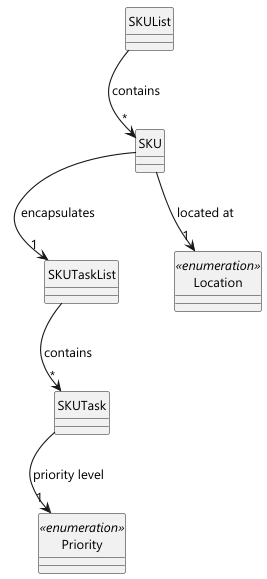
Earlier version of the PlantUML export docs/diagrams/component-sku/component-sku-diagram.png (heehaw1234/tp).
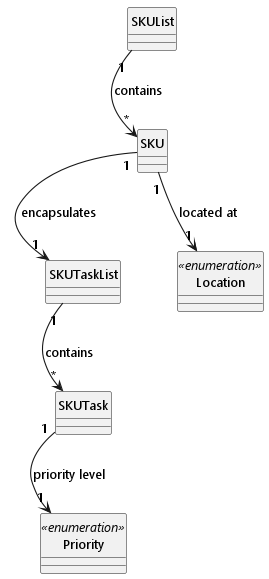
After the commit.

Diff of the diagram source:
```diff
@@ -16,14 +16,14 @@
 
 enum Priority <<enumeration>> {}
 
-SKUList --> "*" SKU : contains
+SKUList "1" --> "*" SKU : contains
 
-SKU --> "1" SKUTaskList : encapsulates
-SKU --> "1" Location : located at
+SKU "1" --> "1" SKUTaskList : encapsulates
+SKU "1" --> "1" Location : located at
 
-SKUTaskList --> "*" SKUTask : contains
+SKUTaskList "1" --> "*" SKUTask : contains
 
-SKUTask --> "1" Priority : priority level
+SKUTask "1" --> "1" Priority : priority level
 
 SKUList -[hidden]down- SKU
 SKU -[hidden]down- SKUTaskList
```
